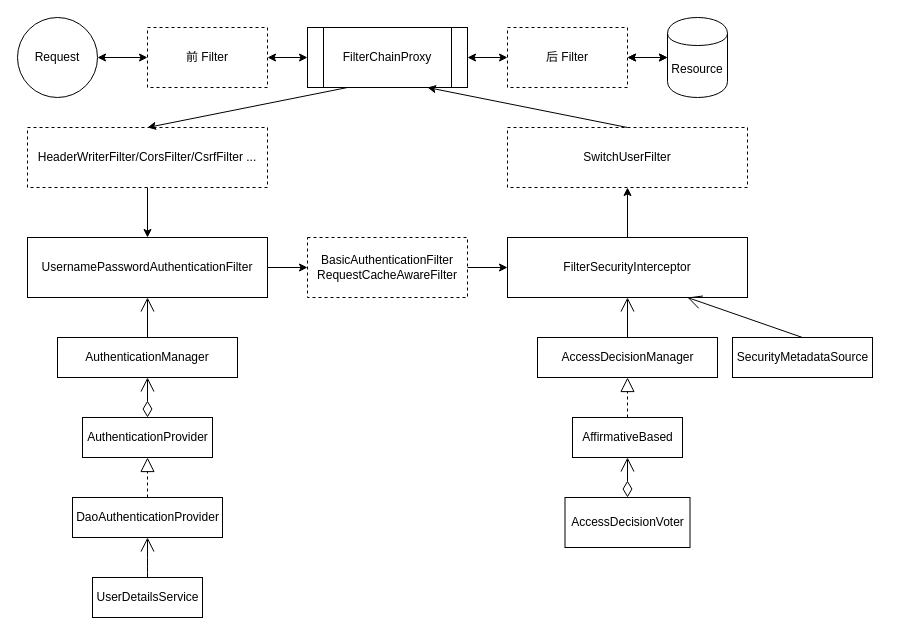
This is spring-security-filter-components.drawio from kostark/drawio-repo, a draw.io file, before an edit. Source tidied: cells renumbered, new cells numbered last; positions are measured from the earlier drawing's top-left corner, leaving out a move shared by most shapes. Both pictures are drawn from the tidied source at 100%, with x=0, y=0 at pixel (17, 17).
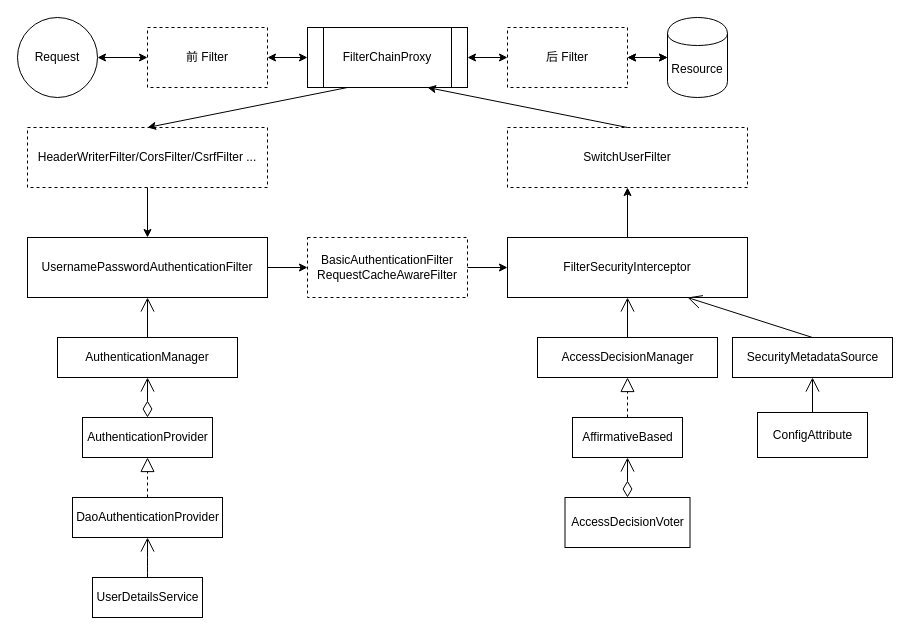
Above is the later version.

Commit message:
associate configattribute

The edit, as a diff of the source:
```diff
@@
     <mxCell id="38" value="SecurityMetadataSource" style="html=1;" parent="1" vertex="1">
-      <mxGeometry x="715" y="320" width="140" height="40" as="geometry" />
+      <mxGeometry x="715" y="320" width="160" height="40" as="geometry" />
     </mxCell>
@@
+    <mxCell id="40" value="ConfigAttribute" style="html=1;" parent="1" vertex="1">
+      <mxGeometry x="740" y="395" width="110" height="45" as="geometry" />
+    </mxCell>
+    <mxCell id="41" style="endArrow=open;endFill=1;endSize=12;html=1;entryX=0.5;entryY=1;entryDx=0;entryDy=0;exitX=0.5;exitY=0;exitDx=0;exitDy=0;" parent="1" edge="1" source="40" target="38">
+      <mxGeometry relative="1" as="geometry" />
+    </mxCell>
```
